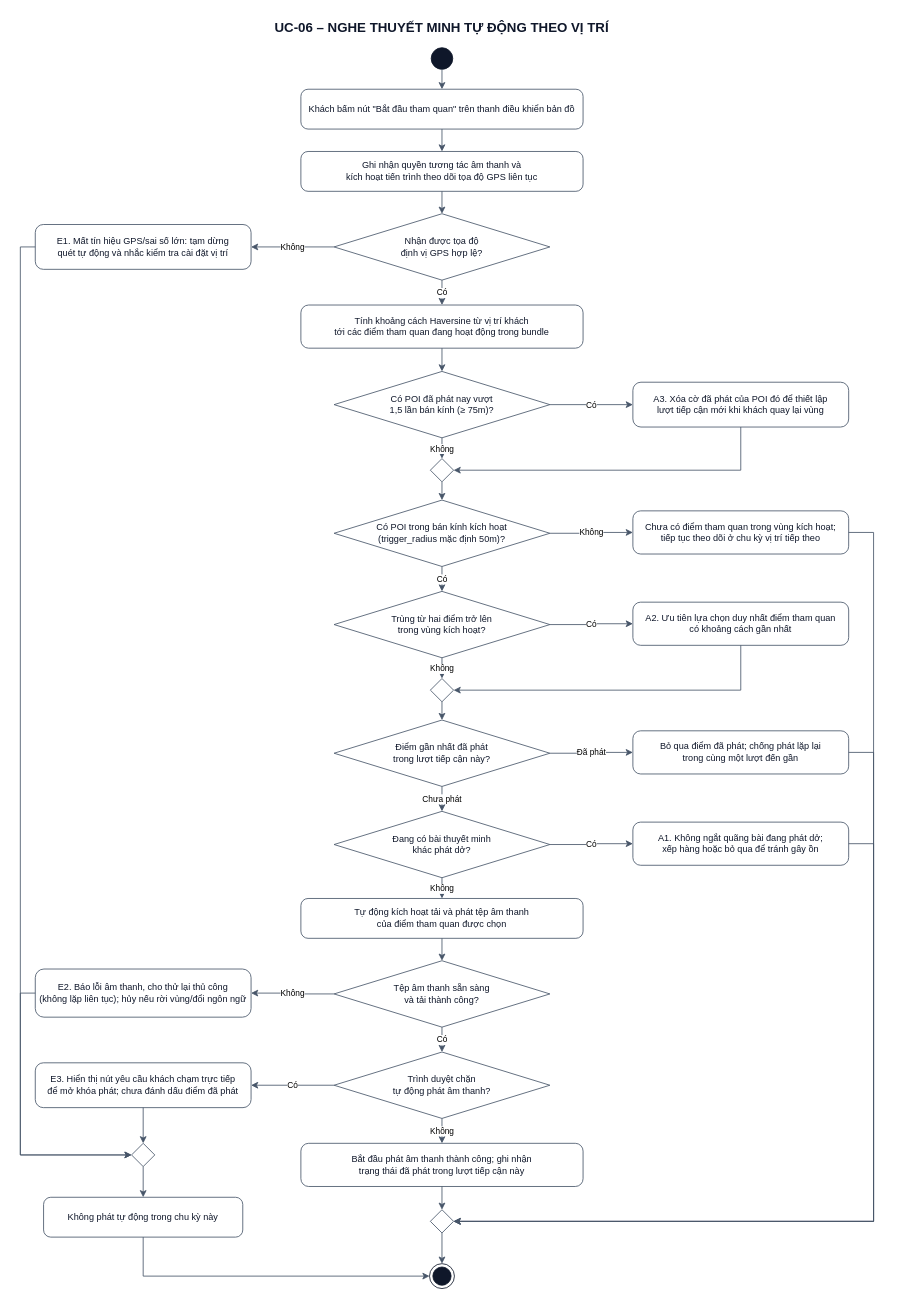
Kazuken123/prj_sgu26_cnpm keeps this draw.io diagram as docs/diagram/activity/UC-06_Activity.drawio. Above is the earlier version. Source tidied: cells renumbered, new cells numbered last; positions are measured from the earlier drawing's top-left corner, leaving out a move shared by most shapes. Both pictures are drawn from the tidied source at 83%, with x=0, y=0 at pixel (20, 14).
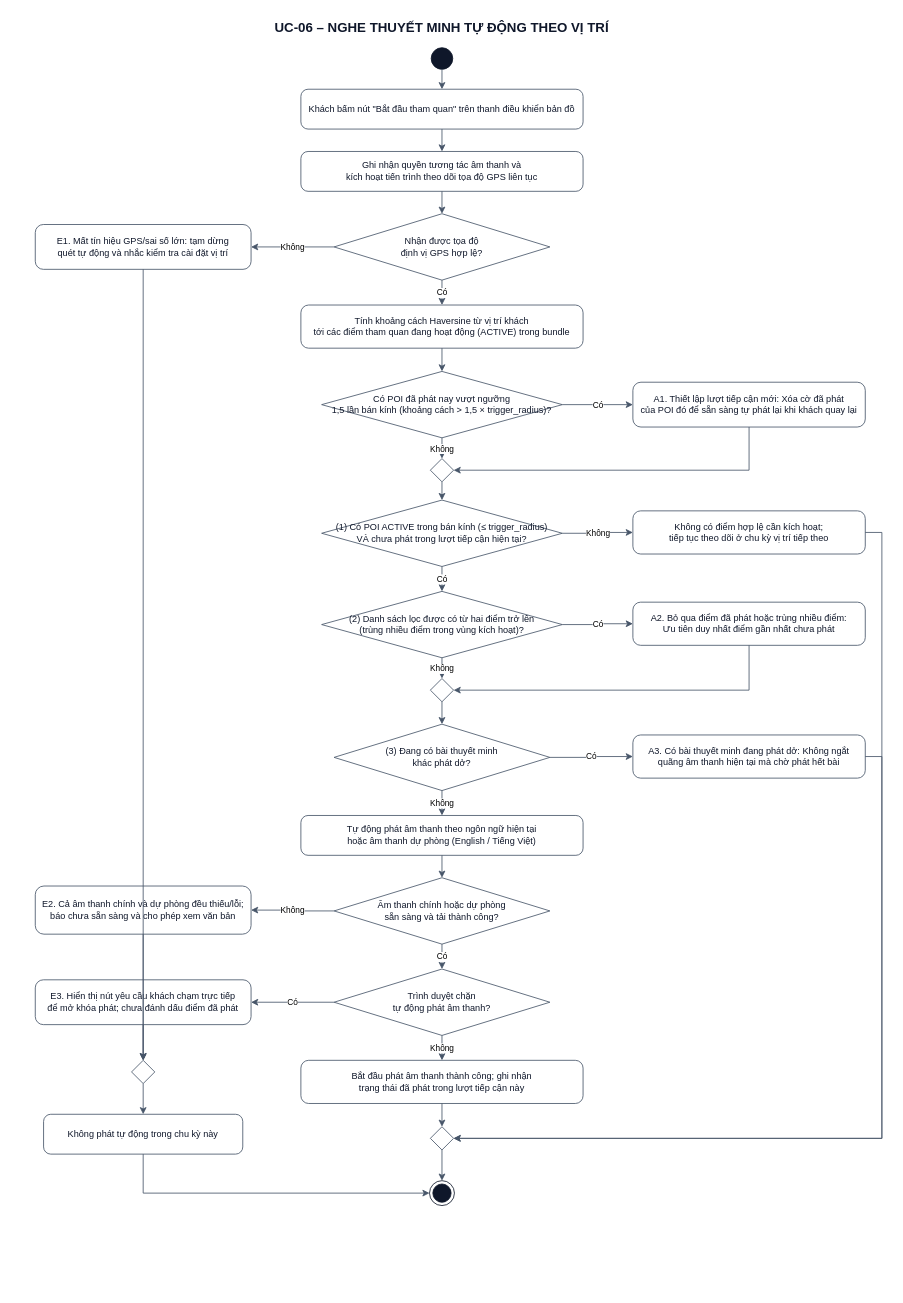
The same page after the edit.

The change refers to these unchanged cells:
```xml
<mxCell id="7" value="E1. Mất tín hiệu GPS/sai số lớn: tạm dừng&#10;quét tự động và nhắc kiểm tra cài đặt vị trí" style="rounded=1;arcSize=18;whiteSpace=wrap;html=1;fillColor=#ffffff;strokeColor=#475569;fontColor=#0f172a;fontFamily=Arial;fontSize=11;" parent="1" vertex="1">
  <mxGeometry x="18" y="253" width="260" height="54" as="geometry" />
</mxCell>
<mxCell id="11" style="rhombus;whiteSpace=wrap;html=1;fillColor=#ffffff;strokeColor=#475569;" parent="1" vertex="1">
  <mxGeometry x="494" y="535" width="28" height="28" as="geometry" />
</mxCell>
<mxCell id="16" style="rhombus;whiteSpace=wrap;html=1;fillColor=#ffffff;strokeColor=#475569;" parent="1" vertex="1">
  <mxGeometry x="494" y="800" width="28" height="28" as="geometry" />
</mxCell>
```

Change to the diagram source:
```diff
@@
-    <mxCell id="8" value="Tính khoảng cách Haversine từ vị trí khách&#10;tới các điểm tham quan đang hoạt động trong bundle" style="rounded=1;arcSize=18;whiteSpace=wrap;html=1;fillColor=#ffffff;strokeColor=#475569;fontColor=#0f172a;fontFamily=Arial;fontSize=11;" parent="1" vertex="1">
+    <mxCell id="8" value="Tính khoảng cách Haversine từ vị trí khách&#10;tới các điểm tham quan đang hoạt động (ACTIVE) trong bundle" style="rounded=1;arcSize=18;whiteSpace=wrap;html=1;fillColor=#ffffff;strokeColor=#475569;fontColor=#0f172a;fontFamily=Arial;fontSize=11;" parent="1" vertex="1">
       <mxGeometry x="338" y="350" width="340" height="52" as="geometry" />
     </mxCell>
-    <mxCell id="9" value="Có POI đã phát nay vượt&#10;1,5 lần bán kính (≥ 75m)?" style="rhombus;whiteSpace=wrap;html=1;fillColor=#ffffff;strokeColor=#475569;fontColor=#0f172a;fontFamily=Arial;fontSize=11;" parent="1" vertex="1">
-      <mxGeometry x="378" y="430" width="260" height="80" as="geometry" />
+    <mxCell id="9" value="Có POI đã phát nay vượt ngưỡng&#10;1,5 lần bán kính (khoảng cách &gt; 1,5 × trigger_radius)?" style="rhombus;whiteSpace=wrap;html=1;fillColor=#ffffff;strokeColor=#475569;fontColor=#0f172a;fontFamily=Arial;fontSize=11;" parent="1" vertex="1">
+      <mxGeometry x="363" y="430" width="290" height="80" as="geometry" />
     </mxCell>
-    <mxCell id="10" value="A3. Xóa cờ đã phát của POI đó để thiết lập&#10;lượt tiếp cận mới khi khách quay lại vùng" style="rounded=1;arcSize=18;whiteSpace=wrap;html=1;fillColor=#ffffff;strokeColor=#475569;fontColor=#0f172a;fontFamily=Arial;fontSize=11;" parent="1" vertex="1">
-      <mxGeometry x="738" y="443" width="260" height="54" as="geometry" />
-    </mxCell>
+    <mxCell id="20" value="A1. Thiết lập lượt tiếp cận mới: Xóa cờ đã phát&#10;của POI đó để sẵn sàng tự phát lại khi khách quay lại" style="rounded=1;arcSize=18;whiteSpace=wrap;html=1;fillColor=#ffffff;strokeColor=#475569;fontColor=#0f172a;fontFamily=Arial;fontSize=11;" parent="1" vertex="1">
+      <mxGeometry x="738" y="443" width="280" height="54" as="geometry" />
+    </mxCell>
@@
-    <mxCell id="12" value="Có POI trong bán kính kích hoạt&#10;(trigger_radius mặc định 50m)?" style="rhombus;whiteSpace=wrap;html=1;fillColor=#ffffff;strokeColor=#475569;fontColor=#0f172a;fontFamily=Arial;fontSize=11;" parent="1" vertex="1">
-      <mxGeometry x="378" y="585" width="260" height="80" as="geometry" />
+    <mxCell id="12" value="(1) Có POI ACTIVE trong bán kính (≤ trigger_radius)&#10;VÀ chưa phát trong lượt tiếp cận hiện tại?" style="rhombus;whiteSpace=wrap;html=1;fillColor=#ffffff;strokeColor=#475569;fontColor=#0f172a;fontFamily=Arial;fontSize=11;" parent="1" vertex="1">
+      <mxGeometry x="363" y="585" width="290" height="80" as="geometry" />
     </mxCell>
-    <mxCell id="13" value="Chưa có điểm tham quan trong vùng kích hoạt;&#10;tiếp tục theo dõi ở chu kỳ vị trí tiếp theo" style="rounded=1;arcSize=18;whiteSpace=wrap;html=1;fillColor=#ffffff;strokeColor=#475569;fontColor=#0f172a;fontFamily=Arial;fontSize=11;" parent="1" vertex="1">
-      <mxGeometry x="738" y="598" width="260" height="52" as="geometry" />
+    <mxCell id="13" value="Không có điểm hợp lệ cần kích hoạt;&#10;tiếp tục theo dõi ở chu kỳ vị trí tiếp theo" style="rounded=1;arcSize=18;whiteSpace=wrap;html=1;fillColor=#ffffff;strokeColor=#475569;fontColor=#0f172a;fontFamily=Arial;fontSize=11;" parent="1" vertex="1">
+      <mxGeometry x="738" y="598" width="280" height="52" as="geometry" />
     </mxCell>
-    <mxCell id="14" value="Trùng từ hai điểm trở lên&#10;trong vùng kích hoạt?" style="rhombus;whiteSpace=wrap;html=1;fillColor=#ffffff;strokeColor=#475569;fontColor=#0f172a;fontFamily=Arial;fontSize=11;" parent="1" vertex="1">
-      <mxGeometry x="378" y="695" width="260" height="80" as="geometry" />
+    <mxCell id="14" value="(2) Danh sách lọc được có từ hai điểm trở lên&#10;(trùng nhiều điểm trong vùng kích hoạt)?" style="rhombus;whiteSpace=wrap;html=1;fillColor=#ffffff;strokeColor=#475569;fontColor=#0f172a;fontFamily=Arial;fontSize=11;" parent="1" vertex="1">
+      <mxGeometry x="363" y="695" width="290" height="80" as="geometry" />
     </mxCell>
-    <mxCell id="15" value="A2. Ưu tiên lựa chọn duy nhất điểm tham quan&#10;có khoảng cách gần nhất" style="rounded=1;arcSize=18;whiteSpace=wrap;html=1;fillColor=#ffffff;strokeColor=#475569;fontColor=#0f172a;fontFamily=Arial;fontSize=11;" parent="1" vertex="1">
-      <mxGeometry x="738" y="708" width="260" height="52" as="geometry" />
+    <mxCell id="15" value="A2. Bỏ qua điểm đã phát hoặc trùng nhiều điểm:&#10;Ưu tiên duy nhất điểm gần nhất chưa phát" style="rounded=1;arcSize=18;whiteSpace=wrap;html=1;fillColor=#ffffff;strokeColor=#475569;fontColor=#0f172a;fontFamily=Arial;fontSize=11;" parent="1" vertex="1">
+      <mxGeometry x="738" y="708" width="280" height="52" as="geometry" />
     </mxCell>
@@
-    <mxCell id="17" value="Điểm gần nhất đã phát&#10;trong lượt tiếp cận này?" style="rhombus;whiteSpace=wrap;html=1;fillColor=#ffffff;strokeColor=#475569;fontColor=#0f172a;fontFamily=Arial;fontSize=11;" parent="1" vertex="1">
-      <mxGeometry x="378" y="850" width="260" height="80" as="geometry" />
-    </mxCell>
-    <mxCell id="18" value="Bỏ qua điểm đã phát; chống phát lặp lại&#10;trong cùng một lượt đến gần" style="rounded=1;arcSize=18;whiteSpace=wrap;html=1;fillColor=#ffffff;strokeColor=#475569;fontColor=#0f172a;fontFamily=Arial;fontSize=11;" parent="1" vertex="1">
-      <mxGeometry x="738" y="863" width="260" height="52" as="geometry" />
-    </mxCell>
-    <mxCell id="19" value="Đang có bài thuyết minh&#10;khác phát dở?" style="rhombus;whiteSpace=wrap;html=1;fillColor=#ffffff;strokeColor=#475569;fontColor=#0f172a;fontFamily=Arial;fontSize=11;" parent="1" vertex="1">
-      <mxGeometry x="378" y="960" width="260" height="80" as="geometry" />
+    <mxCell id="19" value="(3) Đang có bài thuyết minh&#10;khác phát dở?" style="rhombus;whiteSpace=wrap;html=1;fillColor=#ffffff;strokeColor=#475569;fontColor=#0f172a;fontFamily=Arial;fontSize=11;" parent="1" vertex="1">
+      <mxGeometry x="378" y="855" width="260" height="80" as="geometry" />
     </mxCell>
-    <mxCell id="20" value="A1. Không ngắt quãng bài đang phát dở;&#10;xếp hàng hoặc bỏ qua để tránh gây ồn" style="rounded=1;arcSize=18;whiteSpace=wrap;html=1;fillColor=#ffffff;strokeColor=#475569;fontColor=#0f172a;fontFamily=Arial;fontSize=11;" parent="1" vertex="1">
-      <mxGeometry x="738" y="973" width="260" height="52" as="geometry" />
-    </mxCell>
+    <mxCell id="10" value="A3. Có bài thuyết minh đang phát dở: Không ngắt&#10;quãng âm thanh hiện tại mà chờ phát hết bài" style="rounded=1;arcSize=18;whiteSpace=wrap;html=1;fillColor=#ffffff;strokeColor=#475569;fontColor=#0f172a;fontFamily=Arial;fontSize=11;" parent="1" vertex="1">
+      <mxGeometry x="738" y="868" width="280" height="52" as="geometry" />
+    </mxCell>
-    <mxCell id="21" value="Tự động kích hoạt tải và phát tệp âm thanh&#10;của điểm tham quan được chọn" style="rounded=1;arcSize=18;whiteSpace=wrap;html=1;fillColor=#ffffff;strokeColor=#475569;fontColor=#0f172a;fontFamily=Arial;fontSize=11;" parent="1" vertex="1">
-      <mxGeometry x="338" y="1065" width="340" height="48" as="geometry" />
+    <mxCell id="21" value="Tự động phát âm thanh theo ngôn ngữ hiện tại&#10;hoặc âm thanh dự phòng (English / Tiếng Việt)" style="rounded=1;arcSize=18;whiteSpace=wrap;html=1;fillColor=#ffffff;strokeColor=#475569;fontColor=#0f172a;fontFamily=Arial;fontSize=11;" parent="1" vertex="1">
+      <mxGeometry x="338" y="965" width="340" height="48" as="geometry" />
     </mxCell>
-    <mxCell id="22" value="Tệp âm thanh sẵn sàng&#10;và tải thành công?" style="rhombus;whiteSpace=wrap;html=1;fillColor=#ffffff;strokeColor=#475569;fontColor=#0f172a;fontFamily=Arial;fontSize=11;" parent="1" vertex="1">
-      <mxGeometry x="378" y="1140" width="260" height="80" as="geometry" />
+    <mxCell id="22" value="Âm thanh chính hoặc dự phòng&#10;sẵn sàng và tải thành công?" style="rhombus;whiteSpace=wrap;html=1;fillColor=#ffffff;strokeColor=#475569;fontColor=#0f172a;fontFamily=Arial;fontSize=11;" parent="1" vertex="1">
+      <mxGeometry x="378" y="1040" width="260" height="80" as="geometry" />
     </mxCell>
-    <mxCell id="23" value="E2. Báo lỗi âm thanh, cho thử lại thủ công&#10;(không lặp liên tục); hủy nếu rời vùng/đổi ngôn ngữ" style="rounded=1;arcSize=18;whiteSpace=wrap;html=1;fillColor=#ffffff;strokeColor=#475569;fontColor=#0f172a;fontFamily=Arial;fontSize=11;" parent="1" vertex="1">
-      <mxGeometry x="18" y="1150" width="260" height="58" as="geometry" />
+    <mxCell id="23" value="E2. Cả âm thanh chính và dự phòng đều thiếu/lỗi;&#10;báo chưa sẵn sàng và cho phép xem văn bản" style="rounded=1;arcSize=18;whiteSpace=wrap;html=1;fillColor=#ffffff;strokeColor=#475569;fontColor=#0f172a;fontFamily=Arial;fontSize=11;" parent="1" vertex="1">
+      <mxGeometry x="18" y="1050" width="260" height="58" as="geometry" />
     </mxCell>
     <mxCell id="24" value="Trình duyệt chặn&#10;tự động phát âm thanh?" style="rhombus;whiteSpace=wrap;html=1;fillColor=#ffffff;strokeColor=#475569;fontColor=#0f172a;fontFamily=Arial;fontSize=11;" parent="1" vertex="1">
-      <mxGeometry x="378" y="1250" width="260" height="80" as="geometry" />
+      <mxGeometry x="378" y="1150" width="260" height="80" as="geometry" />
     </mxCell>
     <mxCell id="25" value="E3. Hiển thị nút yêu cầu khách chạm trực tiếp&#10;để mở khóa phát; chưa đánh dấu điểm đã phát" style="rounded=1;arcSize=18;whiteSpace=wrap;html=1;fillColor=#ffffff;strokeColor=#475569;fontColor=#0f172a;fontFamily=Arial;fontSize=11;" parent="1" vertex="1">
-      <mxGeometry x="18" y="1263" width="260" height="54" as="geometry" />
+      <mxGeometry x="18" y="1163" width="260" height="54" as="geometry" />
     </mxCell>
     <mxCell id="26" value="Bắt đầu phát âm thanh thành công; ghi nhận&#10;trạng thái đã phát trong lượt tiếp cận này" style="rounded=1;arcSize=18;whiteSpace=wrap;html=1;fillColor=#ffffff;strokeColor=#475569;fontColor=#0f172a;fontFamily=Arial;fontSize=11;" parent="1" vertex="1">
-      <mxGeometry x="338" y="1360" width="340" height="52" as="geometry" />
+      <mxGeometry x="338" y="1260" width="340" height="52" as="geometry" />
     </mxCell>
     <mxCell id="27" style="rhombus;whiteSpace=wrap;html=1;fillColor=#ffffff;strokeColor=#475569;" parent="1" vertex="1">
-      <mxGeometry x="494" y="1440" width="28" height="28" as="geometry" />
+      <mxGeometry x="494" y="1340" width="28" height="28" as="geometry" />
     </mxCell>
     <mxCell id="28" style="rhombus;whiteSpace=wrap;html=1;fillColor=#ffffff;strokeColor=#475569;" parent="1" vertex="1">
-      <mxGeometry x="134" y="1360" width="28" height="28" as="geometry" />
+      <mxGeometry x="134" y="1260" width="28" height="28" as="geometry" />
     </mxCell>
     <mxCell id="29" value="Không phát tự động trong chu kỳ này" style="rounded=1;arcSize=18;whiteSpace=wrap;html=1;fillColor=#ffffff;strokeColor=#475569;fontColor=#0f172a;fontFamily=Arial;fontSize=11;" parent="1" vertex="1">
-      <mxGeometry x="28" y="1425" width="240" height="48" as="geometry" />
+      <mxGeometry x="28" y="1325" width="240" height="48" as="geometry" />
     </mxCell>
     <mxCell id="30" style="ellipse;html=1;shape=endState;fillColor=#0f172a;strokeColor=#0f172a;" parent="1" vertex="1">
-      <mxGeometry x="493" y="1505" width="30" height="30" as="geometry" />
+      <mxGeometry x="493" y="1405" width="30" height="30" as="geometry" />
     </mxCell>
@@
-    <mxCell id="37" value="Có" style="edgeStyle=orthogonalEdgeStyle;rounded=0;html=1;strokeColor=#475569;fontFamily=Arial;fontSize=10;" parent="1" edge="1" source="9" target="10">
+    <mxCell id="37" value="Có" style="edgeStyle=orthogonalEdgeStyle;rounded=0;html=1;strokeColor=#475569;fontFamily=Arial;fontSize=10;" parent="1" edge="1" source="9" target="20">
       <mxGeometry relative="1" as="geometry" />
     </mxCell>
@@
-    <mxCell id="39" style="edgeStyle=orthogonalEdgeStyle;rounded=0;html=1;strokeColor=#475569;exitX=0.5;exitY=1;entryX=1;entryY=0.5;" parent="1" edge="1" source="10" target="11">
+    <mxCell id="39" style="edgeStyle=orthogonalEdgeStyle;rounded=0;html=1;strokeColor=#475569;exitX=0.5;exitY=1;entryX=1;entryY=0.5;" parent="1" edge="1" source="20" target="11">
       <mxGeometry relative="1" as="geometry">
         <Array as="points">
-          <mxPoint x="868" y="549" />
+          <mxPoint x="878" y="549" />
         </Array>
       </mxGeometry>
     </mxCell>
@@
     <mxCell id="45" style="edgeStyle=orthogonalEdgeStyle;rounded=0;html=1;strokeColor=#475569;exitX=0.5;exitY=1;entryX=1;entryY=0.5;" parent="1" edge="1" source="15" target="16">
       <mxGeometry relative="1" as="geometry">
         <Array as="points">
-          <mxPoint x="868" y="814" />
+          <mxPoint x="878" y="814" />
         </Array>
       </mxGeometry>
     </mxCell>
-    <mxCell id="46" style="edgeStyle=orthogonalEdgeStyle;rounded=0;html=1;strokeColor=#475569;" parent="1" edge="1" source="16" target="17">
+    <mxCell id="46" style="edgeStyle=orthogonalEdgeStyle;rounded=0;html=1;strokeColor=#475569;" parent="1" edge="1" source="16" target="19">
       <mxGeometry relative="1" as="geometry" />
     </mxCell>
-    <mxCell id="47" value="Đã phát" style="edgeStyle=orthogonalEdgeStyle;rounded=0;html=1;strokeColor=#475569;fontFamily=Arial;fontSize=10;" parent="1" edge="1" source="17" target="18">
-      <mxGeometry relative="1" as="geometry" />
-    </mxCell>
-    <mxCell id="48" value="Chưa phát" style="edgeStyle=orthogonalEdgeStyle;rounded=0;html=1;strokeColor=#475569;fontFamily=Arial;fontSize=10;" parent="1" edge="1" source="17" target="19">
-      <mxGeometry relative="1" as="geometry" />
-    </mxCell>
-    <mxCell id="49" value="Có" style="edgeStyle=orthogonalEdgeStyle;rounded=0;html=1;strokeColor=#475569;fontFamily=Arial;fontSize=10;" parent="1" edge="1" source="19" target="20">
+    <mxCell id="49" value="Có" style="edgeStyle=orthogonalEdgeStyle;rounded=0;html=1;strokeColor=#475569;fontFamily=Arial;fontSize=10;" parent="1" edge="1" source="19" target="10">
       <mxGeometry relative="1" as="geometry" />
     </mxCell>
@@
     <mxCell id="57" style="edgeStyle=orthogonalEdgeStyle;rounded=0;html=1;strokeColor=#475569;exitX=1;exitY=0.5;entryX=1;entryY=0.5;" parent="1" edge="1" source="13" target="27">
       <mxGeometry relative="1" as="geometry">
         <Array as="points">
-          <mxPoint x="1028" y="624" />
-          <mxPoint x="1028" y="1454" />
+          <mxPoint x="1038" y="624" />
+          <mxPoint x="1038" y="1354" />
         </Array>
       </mxGeometry>
     </mxCell>
-    <mxCell id="58" style="edgeStyle=orthogonalEdgeStyle;rounded=0;html=1;strokeColor=#475569;exitX=1;exitY=0.5;entryX=1;entryY=0.5;" parent="1" edge="1" source="18" target="27">
+    <mxCell id="58" style="edgeStyle=orthogonalEdgeStyle;rounded=0;html=1;strokeColor=#475569;exitX=1;exitY=0.5;entryX=1;entryY=0.5;" parent="1" edge="1" source="10" target="27">
       <mxGeometry relative="1" as="geometry">
         <Array as="points">
-          <mxPoint x="1028" y="889" />
-          <mxPoint x="1028" y="1454" />
+          <mxPoint x="1038" y="894" />
+          <mxPoint x="1038" y="1354" />
         </Array>
       </mxGeometry>
     </mxCell>
-    <mxCell id="59" style="edgeStyle=orthogonalEdgeStyle;rounded=0;html=1;strokeColor=#475569;exitX=1;exitY=0.5;entryX=1;entryY=0.5;" parent="1" edge="1" source="20" target="27">
-      <mxGeometry relative="1" as="geometry">
-        <Array as="points">
-          <mxPoint x="1028" y="999" />
-          <mxPoint x="1028" y="1454" />
-        </Array>
-      </mxGeometry>
+    <mxCell id="59" style="edgeStyle=orthogonalEdgeStyle;rounded=0;html=1;strokeColor=#475569;" parent="1" edge="1" source="27" target="30">
+      <mxGeometry relative="1" as="geometry" />
     </mxCell>
-    <mxCell id="60" style="edgeStyle=orthogonalEdgeStyle;rounded=0;html=1;strokeColor=#475569;" parent="1" edge="1" source="27" target="30">
+    <mxCell id="60" style="edgeStyle=orthogonalEdgeStyle;rounded=0;html=1;strokeColor=#475569;" parent="1" edge="1" source="7" target="28">
       <mxGeometry relative="1" as="geometry" />
     </mxCell>
-    <mxCell id="61" style="edgeStyle=orthogonalEdgeStyle;rounded=0;html=1;strokeColor=#475569;exitX=0;exitY=0.5;entryX=0;entryY=0.5;" parent="1" edge="1" source="7" target="28">
-      <mxGeometry relative="1" as="geometry">
-        <Array as="points">
-          <mxPoint y="280" />
-          <mxPoint y="1374" />
-        </Array>
-      </mxGeometry>
+    <mxCell id="61" style="edgeStyle=orthogonalEdgeStyle;rounded=0;html=1;strokeColor=#475569;" parent="1" edge="1" source="23" target="28">
+      <mxGeometry relative="1" as="geometry" />
     </mxCell>
-    <mxCell id="62" style="edgeStyle=orthogonalEdgeStyle;rounded=0;html=1;strokeColor=#475569;exitX=0;exitY=0.5;entryX=0;entryY=0.5;" parent="1" edge="1" source="23" target="28">
-      <mxGeometry relative="1" as="geometry">
-        <Array as="points">
-          <mxPoint y="1179" />
-          <mxPoint y="1374" />
-        </Array>
-      </mxGeometry>
+    <mxCell id="62" style="edgeStyle=orthogonalEdgeStyle;rounded=0;html=1;strokeColor=#475569;" parent="1" edge="1" source="25" target="28">
+      <mxGeometry relative="1" as="geometry" />
     </mxCell>
-    <mxCell id="63" style="edgeStyle=orthogonalEdgeStyle;rounded=0;html=1;strokeColor=#475569;" parent="1" edge="1" source="25" target="28">
+    <mxCell id="63" style="edgeStyle=orthogonalEdgeStyle;rounded=0;html=1;strokeColor=#475569;" parent="1" edge="1" source="28" target="29">
       <mxGeometry relative="1" as="geometry" />
     </mxCell>
-    <mxCell id="64" style="edgeStyle=orthogonalEdgeStyle;rounded=0;html=1;strokeColor=#475569;" parent="1" edge="1" source="28" target="29">
-      <mxGeometry relative="1" as="geometry" />
+    <mxCell id="64" style="edgeStyle=orthogonalEdgeStyle;rounded=0;html=1;strokeColor=#475569;exitX=0.5;exitY=1;entryX=0;entryY=0.5;" parent="1" edge="1" source="29" target="30">
+      <mxGeometry relative="1" as="geometry">
+        <Array as="points">
+          <mxPoint x="148" y="1420" />
+        </Array>
+      </mxGeometry>
     </mxCell>
-    <mxCell id="65" style="edgeStyle=orthogonalEdgeStyle;rounded=0;html=1;strokeColor=#475569;exitX=0.5;exitY=1;entryX=0;entryY=0.5;" parent="1" edge="1" source="29" target="30">
-      <mxGeometry relative="1" as="geometry">
-        <Array as="points">
-          <mxPoint x="148" y="1520" />
-        </Array>
-      </mxGeometry>
-    </mxCell>
```
